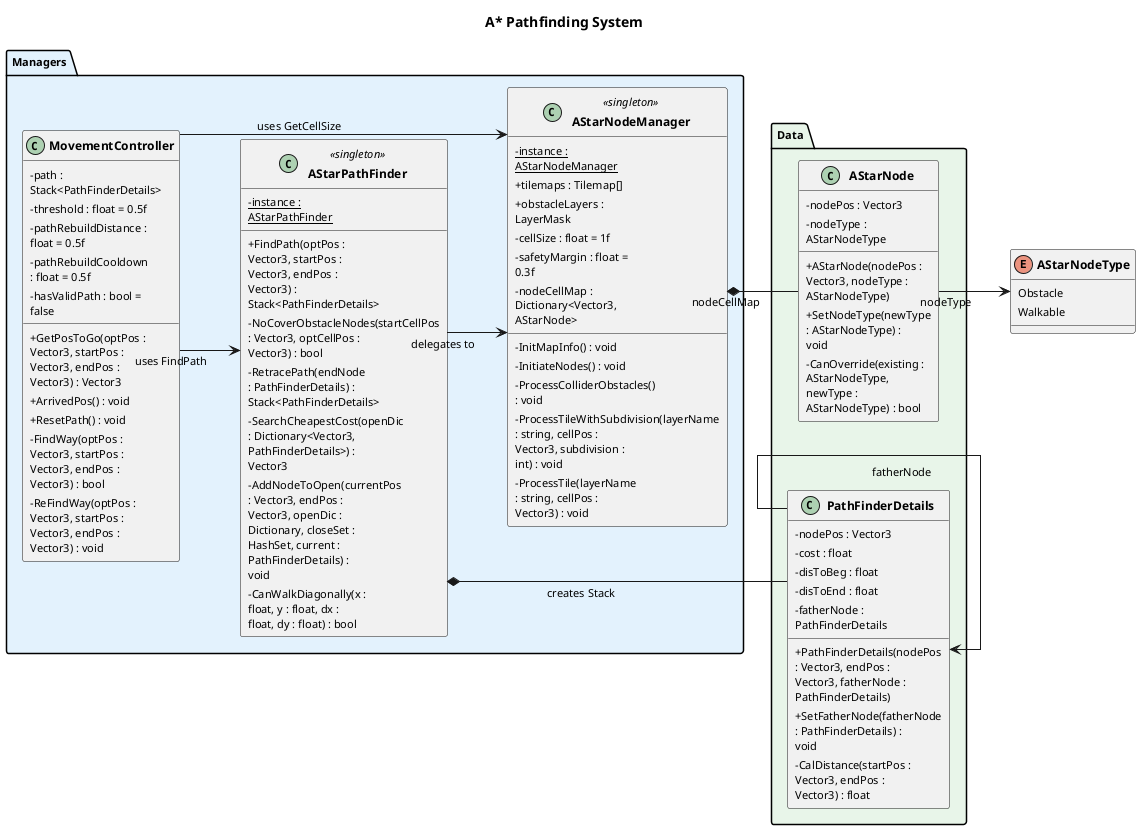
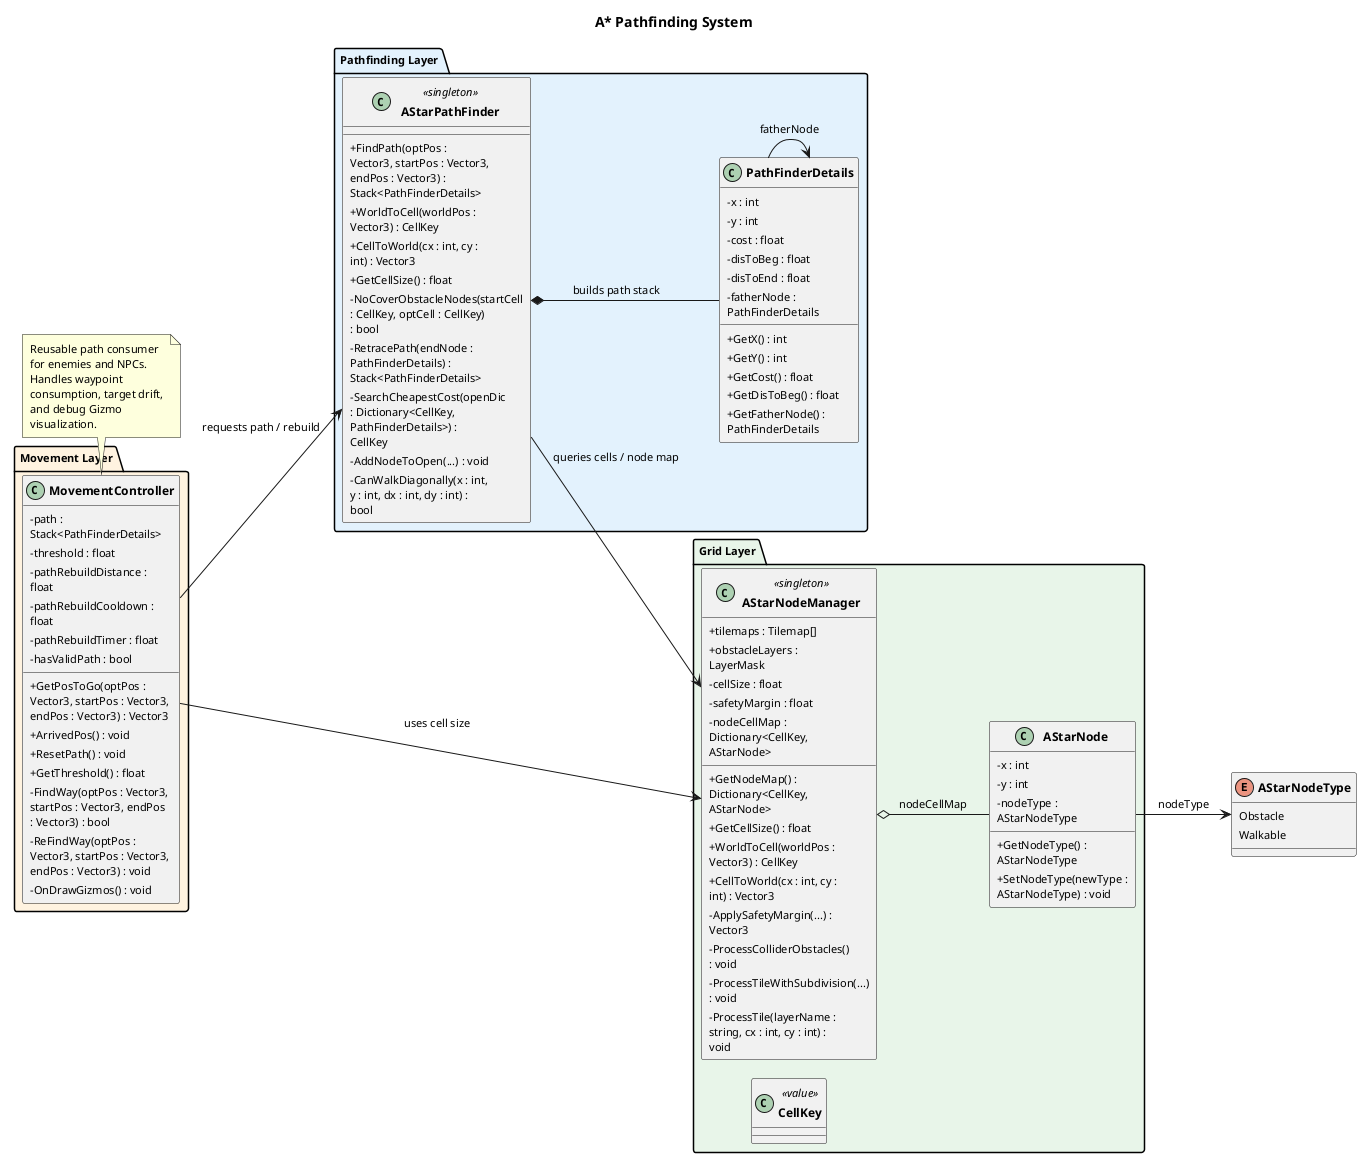
@startuml AStar_Pathfinding

+ !pragma layout smetana
left to right direction

skinparam linetype ortho
- skinparam nodesep 50
- skinparam ranksep 60
+ skinparam nodesep 40
+ skinparam ranksep 50
skinparam classAttributeIconSize 0
skinparam defaultFontSize 11
skinparam classFontSize 12
skinparam classFontStyle bold
skinparam padding 2
- skinparam wrapWidth 120
+ skinparam wrapWidth 140

title A* Pathfinding System

enum AStarNodeType {
    Obstacle
    Walkable
}

- package "Managers" #E3F2FD {
+ package "Grid Layer" #E8F5E9 {
    class AStarNodeManager <<singleton>> {
-         - {static} instance : AStarNodeManager
        + tilemaps : Tilemap[]
        + obstacleLayers : LayerMask
-         - cellSize : float = 1f
-         - safetyMargin : float = 0.3f
-         - nodeCellMap : Dictionary<Vector3, AStarNode>
-         - InitMapInfo() : void
-         - InitiateNodes() : void
+         - cellSize : float
+         - safetyMargin : float
+         - nodeCellMap : Dictionary<CellKey, AStarNode>
+         + GetNodeMap() : Dictionary<CellKey, AStarNode>
+         + GetCellSize() : float
+         + WorldToCell(worldPos : Vector3) : CellKey
+         + CellToWorld(cx : int, cy : int) : Vector3
+         - ApplySafetyMargin(...) : Vector3
        - ProcessColliderObstacles() : void
-         - ProcessTileWithSubdivision(layerName : string, cellPos : Vector3, subdivision : int) : void
-         - ProcessTile(layerName : string, cellPos : Vector3) : void
+         - ProcessTileWithSubdivision(...) : void
+         - ProcessTile(layerName : string, cx : int, cy : int) : void
    }

-     class AStarPathFinder <<singleton>> {
-         - {static} instance : AStarPathFinder
-         + FindPath(optPos : Vector3, startPos : Vector3, endPos : Vector3) : Stack<PathFinderDetails>
-         - NoCoverObstacleNodes(startCellPos : Vector3, optCellPos : Vector3) : bool
-         - RetracePath(endNode : PathFinderDetails) : Stack<PathFinderDetails>
-         - SearchCheapestCost(openDic : Dictionary<Vector3, PathFinderDetails>) : Vector3
-         - AddNodeToOpen(currentPos : Vector3, endPos : Vector3, openDic : Dictionary, closeSet : HashSet, current : PathFinderDetails) : void
-         - CanWalkDiagonally(x : float, y : float, dx : float, dy : float) : bool
+     class AStarNode {
+         - x : int
+         - y : int
+         - nodeType : AStarNodeType
+         + GetNodeType() : AStarNodeType
+         + SetNodeType(newType : AStarNodeType) : void
    }

-     class MovementController {
-         - path : Stack<PathFinderDetails>
-         - threshold : float = 0.5f
-         - pathRebuildDistance : float = 0.5f
-         - pathRebuildCooldown : float = 0.5f
-         - hasValidPath : bool = false
-         + GetPosToGo(optPos : Vector3, startPos : Vector3, endPos : Vector3) : Vector3
-         + ArrivedPos() : void
-         + ResetPath() : void
-         - FindWay(optPos : Vector3, startPos : Vector3, endPos : Vector3) : bool
-         - ReFindWay(optPos : Vector3, startPos : Vector3, endPos : Vector3) : void
-     }
+     class CellKey <<value>>
}

- package "Data" #E8F5E9 {
-     class AStarNode {
-         - nodePos : Vector3
-         - nodeType : AStarNodeType
-         + AStarNode(nodePos : Vector3, nodeType : AStarNodeType)
-         + SetNodeType(newType : AStarNodeType) : void
-         - CanOverride(existing : AStarNodeType, newType : AStarNodeType) : bool
+ package "Pathfinding Layer" #E3F2FD {
+     class AStarPathFinder <<singleton>> {
+         + FindPath(optPos : Vector3, startPos : Vector3, endPos : Vector3) : Stack<PathFinderDetails>
+         + WorldToCell(worldPos : Vector3) : CellKey
+         + CellToWorld(cx : int, cy : int) : Vector3
+         + GetCellSize() : float
+         - NoCoverObstacleNodes(startCell : CellKey, optCell : CellKey) : bool
+         - RetracePath(endNode : PathFinderDetails) : Stack<PathFinderDetails>
+         - SearchCheapestCost(openDic : Dictionary<CellKey, PathFinderDetails>) : CellKey
+         - AddNodeToOpen(...) : void
+         - CanWalkDiagonally(x : int, y : int, dx : int, dy : int) : bool
    }

    class PathFinderDetails {
-         - nodePos : Vector3
+         - x : int
+         - y : int
        - cost : float
        - disToBeg : float
        - disToEnd : float
        - fatherNode : PathFinderDetails
-         + PathFinderDetails(nodePos : Vector3, endPos : Vector3, fatherNode : PathFinderDetails)
-         + SetFatherNode(fatherNode : PathFinderDetails) : void
-         - CalDistance(startPos : Vector3, endPos : Vector3) : float
+         + GetX() : int
+         + GetY() : int
+         + GetCost() : float
+         + GetDisToBeg() : float
+         + GetFatherNode() : PathFinderDetails
    }
}

- AStarNodeManager *-- AStarNode : nodeCellMap
- AStarPathFinder --> AStarNodeManager : delegates to
- AStarPathFinder *-- PathFinderDetails : creates Stack
- MovementController --> AStarPathFinder : uses FindPath
- MovementController --> AStarNodeManager : uses GetCellSize
+ package "Movement Layer" #FFF3E0 {
+     class MovementController {
+         - path : Stack<PathFinderDetails>
+         - threshold : float
+         - pathRebuildDistance : float
+         - pathRebuildCooldown : float
+         - pathRebuildTimer : float
+         - hasValidPath : bool
+         + GetPosToGo(optPos : Vector3, startPos : Vector3, endPos : Vector3) : Vector3
+         + ArrivedPos() : void
+         + ResetPath() : void
+         + GetThreshold() : float
+         - FindWay(optPos : Vector3, startPos : Vector3, endPos : Vector3) : bool
+         - ReFindWay(optPos : Vector3, startPos : Vector3, endPos : Vector3) : void
+         - OnDrawGizmos() : void
+     }
+ }
+ 
+ AStarNodeManager o-- AStarNode : nodeCellMap
AStarNode --> AStarNodeType : nodeType
+ AStarPathFinder --> AStarNodeManager : queries cells / node map
+ AStarPathFinder *-- PathFinderDetails : builds path stack
PathFinderDetails --> PathFinderDetails : fatherNode
+ MovementController --> AStarPathFinder : requests path / rebuild
+ MovementController --> AStarNodeManager : uses cell size
+ 
+ note bottom of MovementController
+ Reusable path consumer for enemies and NPCs.
+ Handles waypoint consumption, target drift,
+ and debug Gizmo visualization.
+ end note

@enduml
